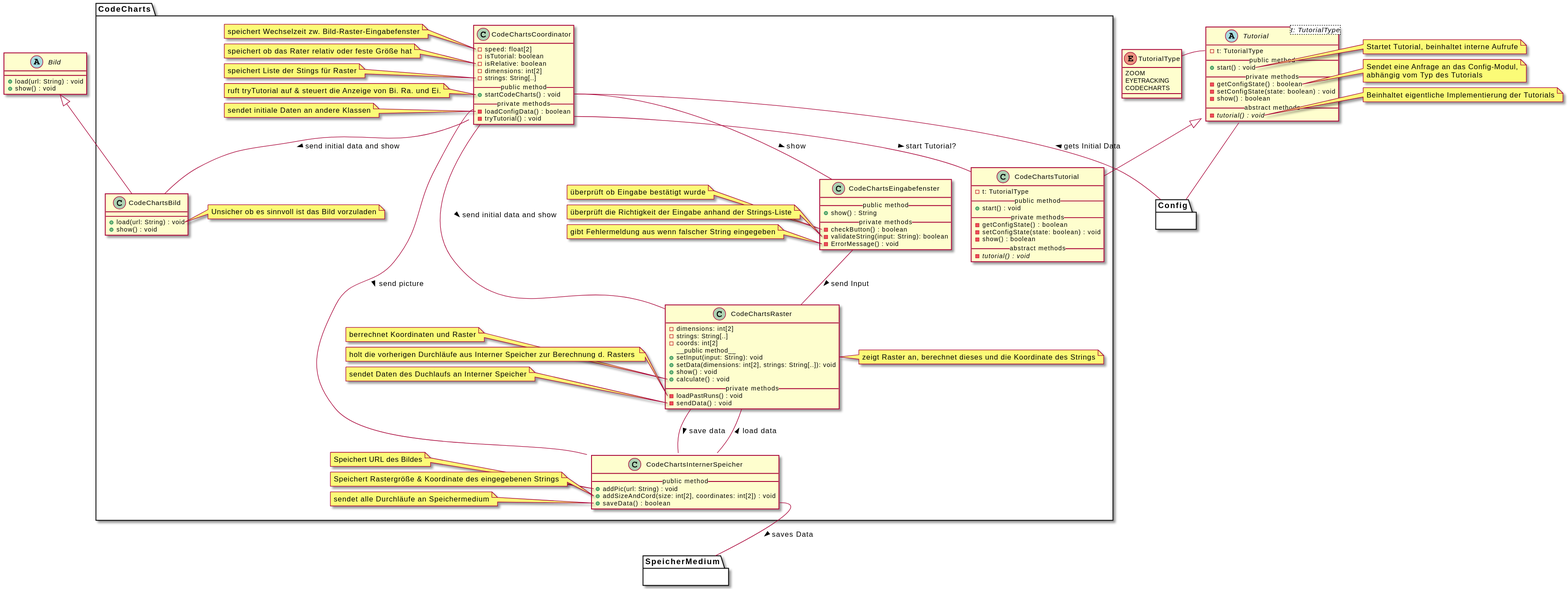
This is meilenstein_03/uml-code_charts/kommentiert/uml-code_charts_commented.svg from weichware10/meilensteine, a PlantUML export, as it was before one commit.
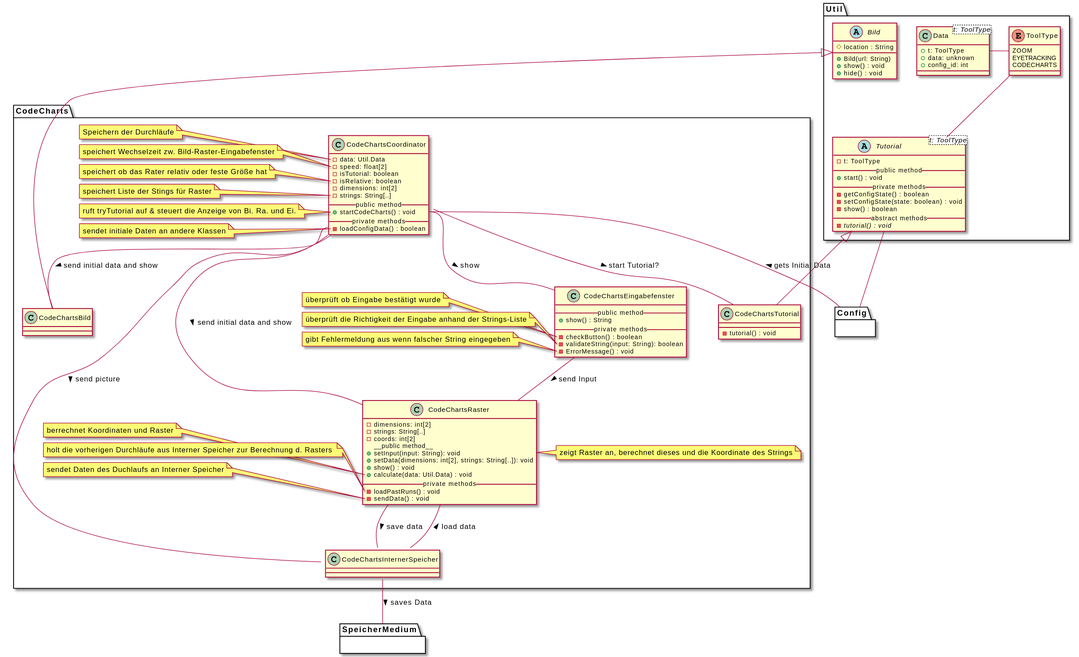
Later version of the same file.

Commit message:
Render PlantUML SVGs

The edit, as a diff of the source:
```diff
@@ -1,49 +1,9 @@
 @startuml
 top to bottom direction
 
-abstract Tutorial<t: TutorialType> {
-  - t: TutorialType
-  __public method__
-  + start() : void
-  __private methods__
-  - getConfigState() : boolean
-  - setConfigState(state: boolean) : void
-  - show() : boolean
-  __abstract methods__
-  - {abstract} tutorial() : void
-}
-
-enum TutorialType {
-  ZOOM
-  EYETRACKING
-  CODECHARTS
-}
-
-note right of Tutorial::start
-    Startet Tutorial, beinhaltet interne Aufrufe
-end note
-note right of Tutorial::getConfigState
-    Sendet eine Anfrage an das Config-Modul,
-    abhängig vom Typ des Tutorials
-end note
-note right of Tutorial::tutorial
-    Beinhaltet eigentliche Implementierung der Tutorials
-end note
-
-Tutorial::t -l- TutorialType
-Tutorial -d- Config
-
-
-
-abstract Bild {
-  + load(url: String) : void
-  + show() : void
-}
-
-package CodeCharts {
-
-    class CodeChartsTutorial {
-      - t: TutorialType
+package Util {
+    abstract Tutorial<t: ToolType> {
+      - t: ToolType
       __public method__
       + start() : void
       __private methods__
@@ -54,7 +14,40 @@
       - {abstract} tutorial() : void
     }
 
+    enum ToolType {
+        ZOOM
+        EYETRACKING
+        CODECHARTS
+    }
+
+    Tutorial -u- ToolType
+    Data -r- ToolType
+    Tutorial -d- Config
+
+
+
+    abstract Bild {
+        # location : String
+        + Bild(url: String)
+        + show() : void
+        + hide() : void
+    }
+
+    class Data<t: ToolType> {
+        + t: ToolType
+        + data: unknown
+        + config_id: int
+    }
+}
+
+package CodeCharts {
+
+    class CodeChartsTutorial {
+      - tutorial() : void
+    }
+
     class CodeChartsCoordinator {
+        - data: Util.Data
         - speed: float[2]
         - isTutorial: boolean
         - isRelative: boolean
@@ -64,9 +57,11 @@
         + startCodeCharts() : void
         __private methods__
         - loadConfigData() : boolean
-        - tryTutorial() : void
     }
 
+    note left of CodeChartsCoordinator::data
+        Speichern der Durchläufe
+    end note
     note left of CodeChartsCoordinator::speed
         speichert Wechselzeit zw. Bild-Raster-Eingabefenster
     end note
@@ -83,32 +78,8 @@
         sendet initiale Daten an andere Klassen
     end note
 
-
-    class CodeChartsInternerSpeicher {
-        __public method__
-        + addPic(url: String) : void
-        + addSizeAndCord(size: int[2], coordinates: int[2]) : void
-        + saveData() : boolean
+    class CodeChartsBild {
     }
-
-    note left of CodeChartsInternerSpeicher::addPic
-        Speichert URL des Bildes
-    end note
-    note left of CodeChartsInternerSpeicher::addSizeAndCord
-        Speichert Rastergröße & Koordinate des eingegebenen Strings
-    end note
-    note left of CodeChartsInternerSpeicher::saveData
-        sendet alle Durchläufe an Speichermedium
-    end note
-
-    class CodeChartsBild {
-        + load(url: String) : void
-        + show() : void
-    }
-
-    note right of CodeChartsBild::load
-        Unsicher ob es sinnvoll ist das Bild vorzuladen
-    end note
 
     class CodeChartsRaster {
         - dimensions: int[2]
@@ -118,7 +89,7 @@
         + setInput(input: String): void
         + setData(dimensions: int[2], strings: String[..]): void
         + show() : void
-        + calculate() : void
+        + calculate(data: Util.Data) : void
         __private methods__
         - loadPastRuns() : void
         - sendData() : void
@@ -156,7 +127,6 @@
         gibt Fehlermeldung aus wenn falscher String eingegeben
     end note
 
-
     Bild <|-d- CodeChartsBild
     Tutorial <|-d- CodeChartsTutorial
 
```
